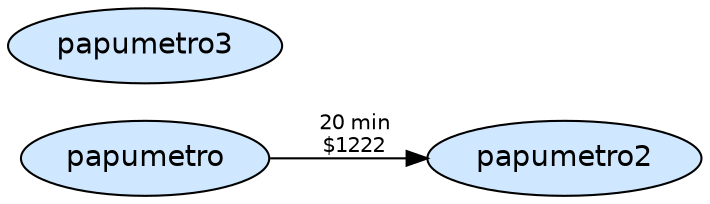
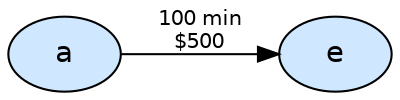
digraph red_metro {
rankdir=LR;
node [shape=ellipse, style=filled, fillcolor="#cfe8ff", fontname="Helvetica"];
edge [fontname="Helvetica", fontsize=10];

- "papumetro";
- "papumetro2";
- "papumetro3";
+ "a";

- "papumetro" -> "papumetro2" [label="20 min\n$1222"];
+ "a" -> "e" [label="100 min\n$500"];
}
